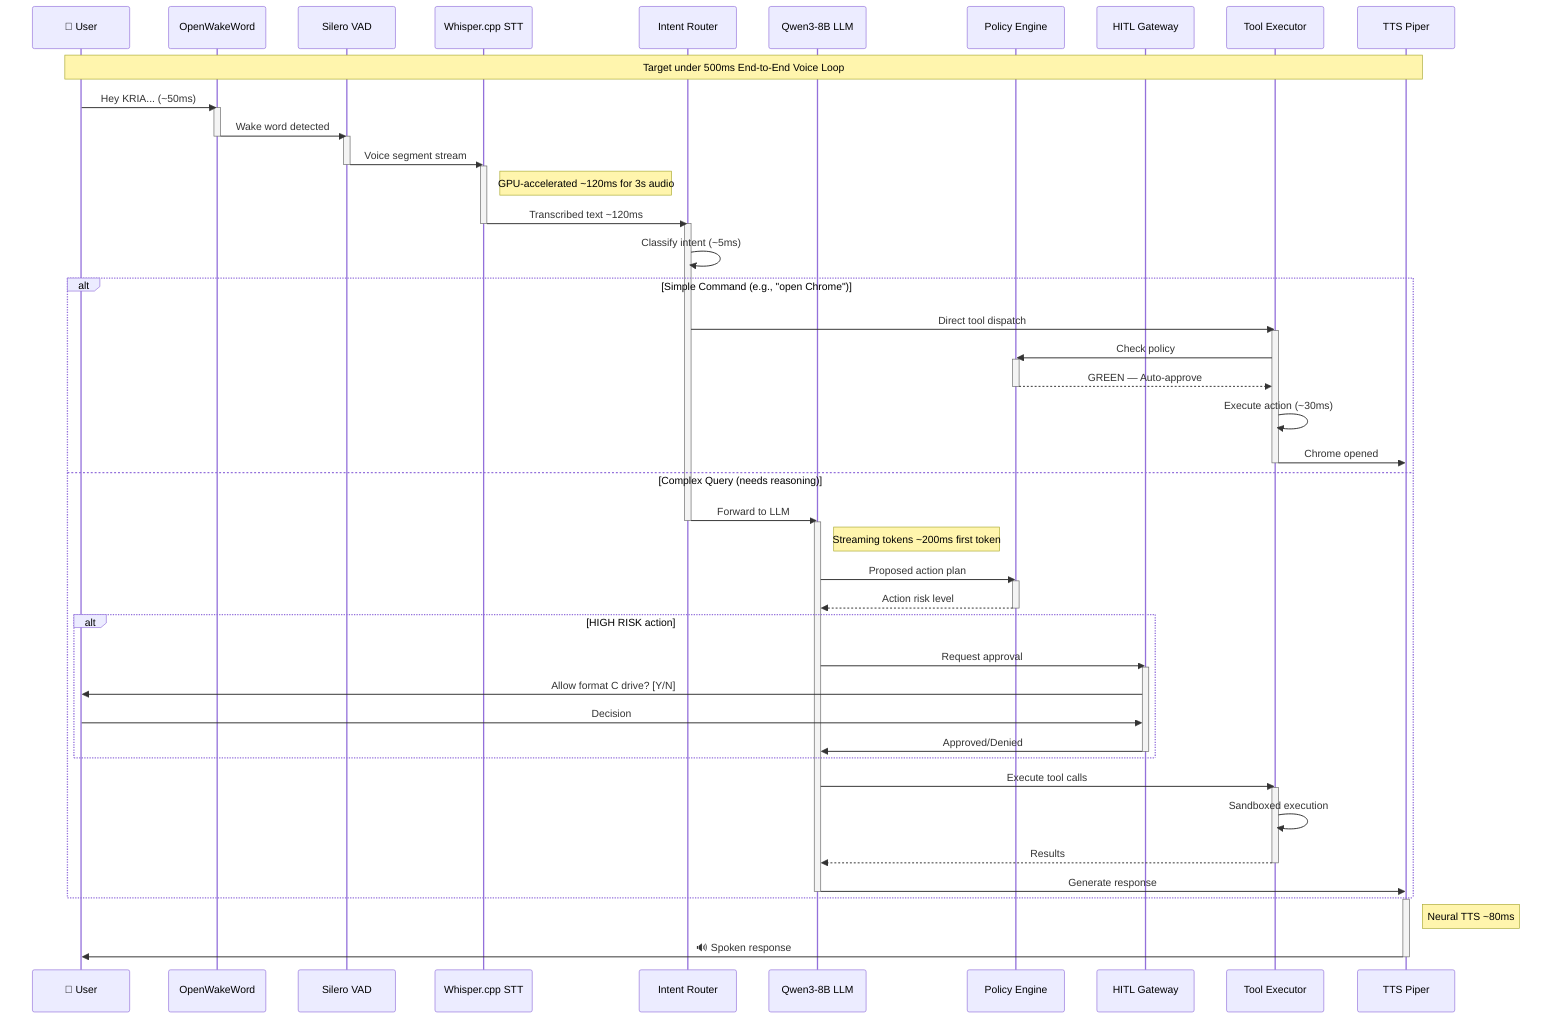
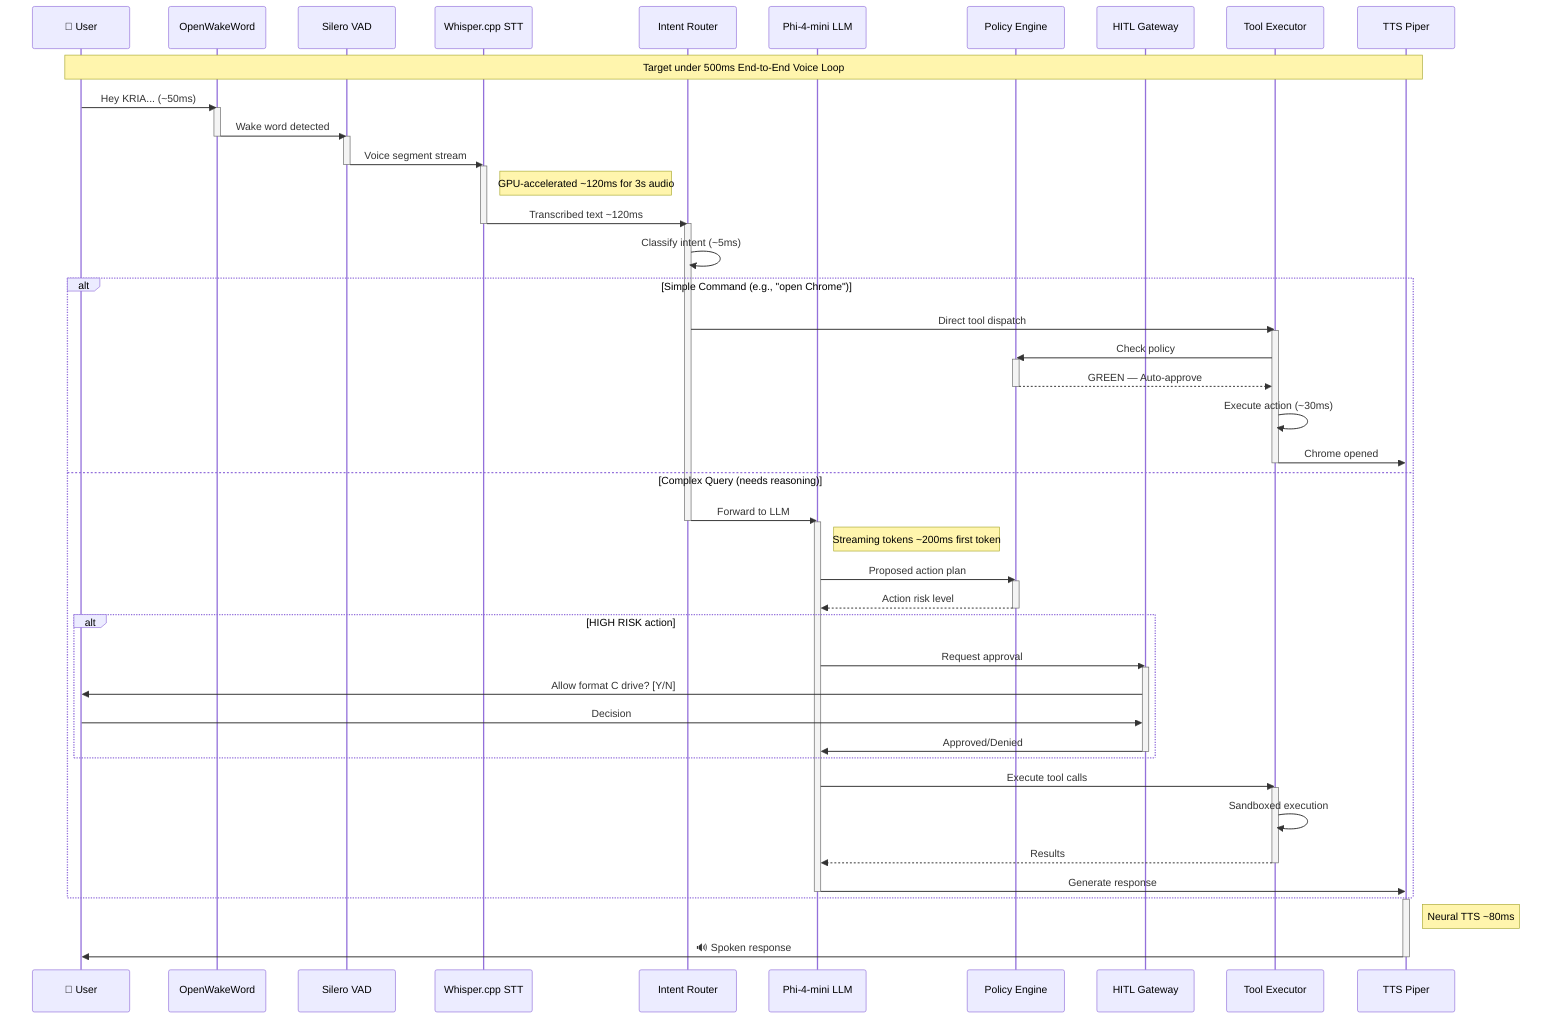
sequenceDiagram
    participant U as 👤 User
    participant W as OpenWakeWord
    participant V as Silero VAD
    participant S as Whisper.cpp STT
    participant R as Intent Router
-     participant L as Qwen3-8B LLM
+     participant L as Phi-4-mini LLM
    participant P as Policy Engine
    participant H as HITL Gateway
    participant T as Tool Executor
    participant K as TTS Piper

    Note over U,K: Target under 500ms End-to-End Voice Loop

    U->>W: Hey KRIA... (~50ms)
    activate W
    W->>V: Wake word detected
    deactivate W
    activate V
    V->>S: Voice segment stream
    deactivate V
    activate S
    Note right of S: GPU-accelerated ~120ms for 3s audio
    S->>R: Transcribed text ~120ms
    deactivate S
    activate R
    R->>R: Classify intent (~5ms)

    alt Simple Command (e.g., "open Chrome")
        R->>T: Direct tool dispatch
        activate T
        T->>P: Check policy
        activate P
        P-->>T: GREEN — Auto-approve
        deactivate P
        T->>T: Execute action (~30ms)
        T->>K: Chrome opened
        deactivate T
    else Complex Query (needs reasoning)
        R->>L: Forward to LLM
        deactivate R
        activate L
        Note right of L: Streaming tokens ~200ms first token
        L->>P: Proposed action plan
        activate P
        P-->>L: Action risk level
        deactivate P

        alt HIGH RISK action
            L->>H: Request approval
            activate H
            H->>U: Allow format C drive? [Y/N]
            U->>H: Decision
            H->>L: Approved/Denied
            deactivate H
        end

        L->>T: Execute tool calls
        activate T
        T->>T: Sandboxed execution
        T-->>L: Results
        deactivate T
        L->>K: Generate response
        deactivate L
    end

    activate K
    Note right of K: Neural TTS ~80ms
    K->>U: 🔊 Spoken response
    deactivate K
